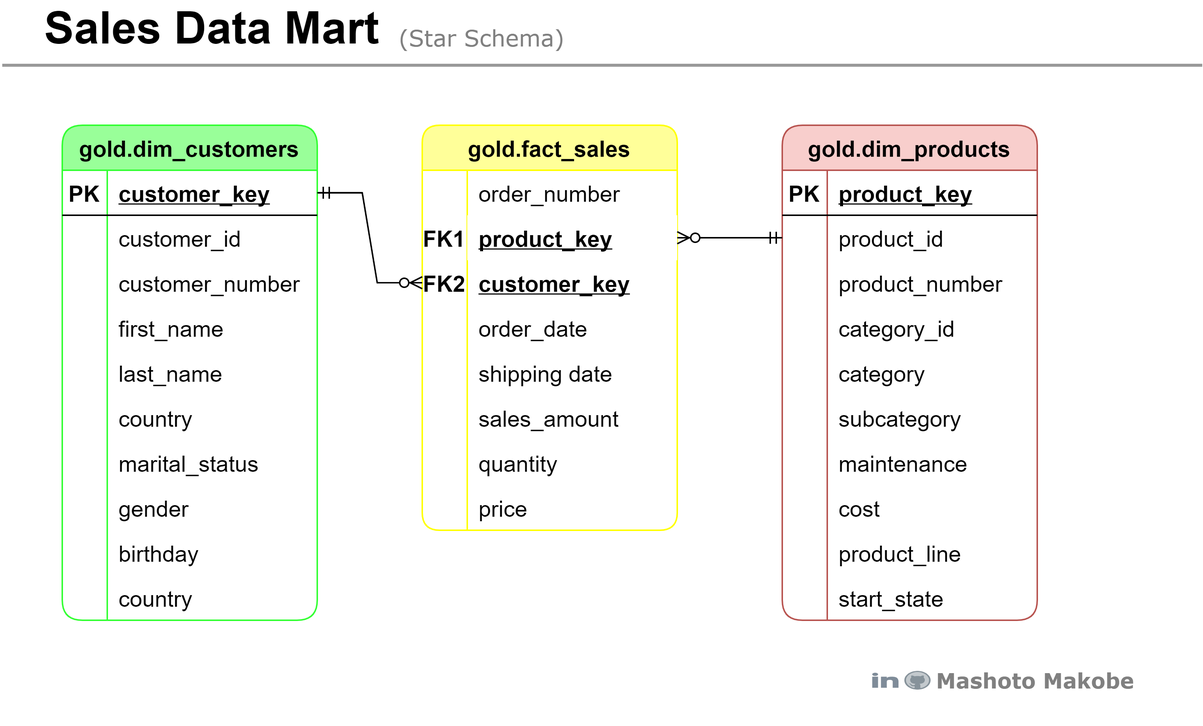
The draw.io diagram docs/data_model.png in mmashoto/sql_data_warehouse_project, before a commit. Source tidied: cells renumbered, new cells last; positions are measured from the earlier drawing's top-left corner, leaving out a move shared by most shapes.
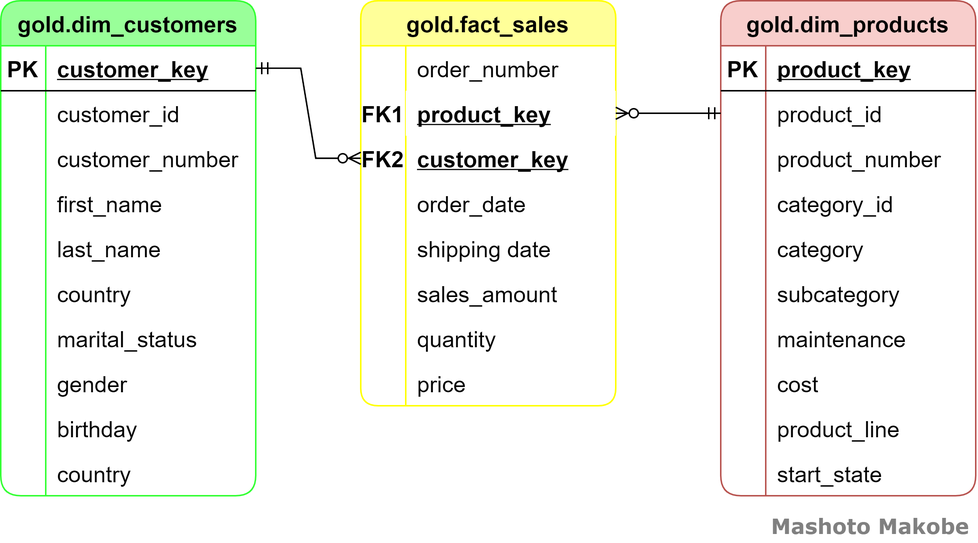
Later version of the same file.

Change to the diagram source:
```diff
@@ -2,12 +2,6 @@
   <root>
     <mxCell id="0" />
     <mxCell id="1" parent="0" />
-    <mxCell id="2" value="&lt;span style=&quot;font-size: 30px&quot;&gt;&lt;b&gt;Sales Data Mart&lt;/b&gt;&lt;/span&gt;" style="text;html=1;strokeColor=none;fillColor=none;align=center;verticalAlign=middle;whiteSpace=wrap;rounded=0;" parent="1" vertex="1">
-      <mxGeometry x="25" width="230" height="30" as="geometry" />
-    </mxCell>
-    <mxCell id="3" value="&lt;font style=&quot;font-size: 15px&quot;&gt;(Star Schema)&lt;/font&gt;" style="text;html=1;strokeColor=none;fillColor=none;align=center;verticalAlign=middle;whiteSpace=wrap;rounded=0;fontSize=30;fontColor=#808080;fontFamily=Verdana;" parent="1" vertex="1">
-      <mxGeometry x="255" width="130" height="30" as="geometry" />
-    </mxCell>
     <mxCell id="4" value="gold.dim_customers" style="shape=table;startSize=30;rowLines=0;fontStyle=1;align=center;fontSize=15;rounded=1;fillColor=#99FF99;strokeColor=#33FF33;" parent="1" vertex="1">
       <mxGeometry x="40" y="80" width="170" height="330" as="geometry" />
     </mxCell>
@@ -275,20 +269,8 @@
     <mxCell id="92" style="edgeStyle=entityRelationEdgeStyle;fontSize=12;html=1;endArrow=ERzeroToMany;startArrow=ERmandOne;rounded=0;" parent="1" edge="1" source="64" target="39">
       <mxGeometry relative="1" as="geometry" />
     </mxCell>
-    <mxCell id="93" style="verticalLabelPosition=bottom;shadow=0;dashed=0;align=center;html=1;verticalAlign=top;strokeWidth=2;shape=mxgraph.mockup.markup.line;strokeColor=#999999;fillColor=#FFFF33;" parent="1" vertex="1">
-      <mxGeometry y="30" width="800" height="20" as="geometry" />
-    </mxCell>
-    <mxCell id="94" style="verticalLabelPosition=bottom;shadow=0;dashed=0;align=center;html=1;verticalAlign=top;strokeWidth=1;shape=mxgraph.mockup.markup.line;strokeColor=#FFFFFF;fontColor=#333333;fillColor=#FFFF33;" parent="1" vertex="1">
-      <mxGeometry x="70" y="460" width="540" height="20" as="geometry" />
-    </mxCell>
     <mxCell id="95" value="Mashoto Makobe" style="text;html=1;strokeColor=none;fillColor=none;align=center;verticalAlign=middle;whiteSpace=wrap;rounded=0;fontSize=14;fontStyle=1;fontFamily=Verdana;fontColor=#808080;" parent="1" vertex="1">
-      <mxGeometry x="618.9" y="440" width="140" height="20" as="geometry" />
+      <mxGeometry x="550" y="420" width="140" height="20" as="geometry" />
     </mxCell>
-    <mxCell id="96" style="dashed=0;html=1;align=center;labelPosition=center;verticalLabelPosition=bottom;verticalAlign=top;shape=mxgraph.weblogos.github;fontSize=12;strokeColor=none;opacity=50;" parent="1" vertex="1">
-      <mxGeometry x="601.4" y="443.8" width="17.5" height="12.5" as="geometry" />
-    </mxCell>
-    <mxCell id="97" style="dashed=0;html=1;align=center;labelPosition=center;verticalLabelPosition=bottom;verticalAlign=top;shape=mxgraph.weblogos.linkedin;fillColor=#001933;fontSize=12;strokeColor=none;opacity=50;" parent="1" vertex="1">
-      <mxGeometry x="580" y="445" width="17.5" height="10" as="geometry" />
-    </mxCell>
   </root>
 </mxGraphModel>
```
